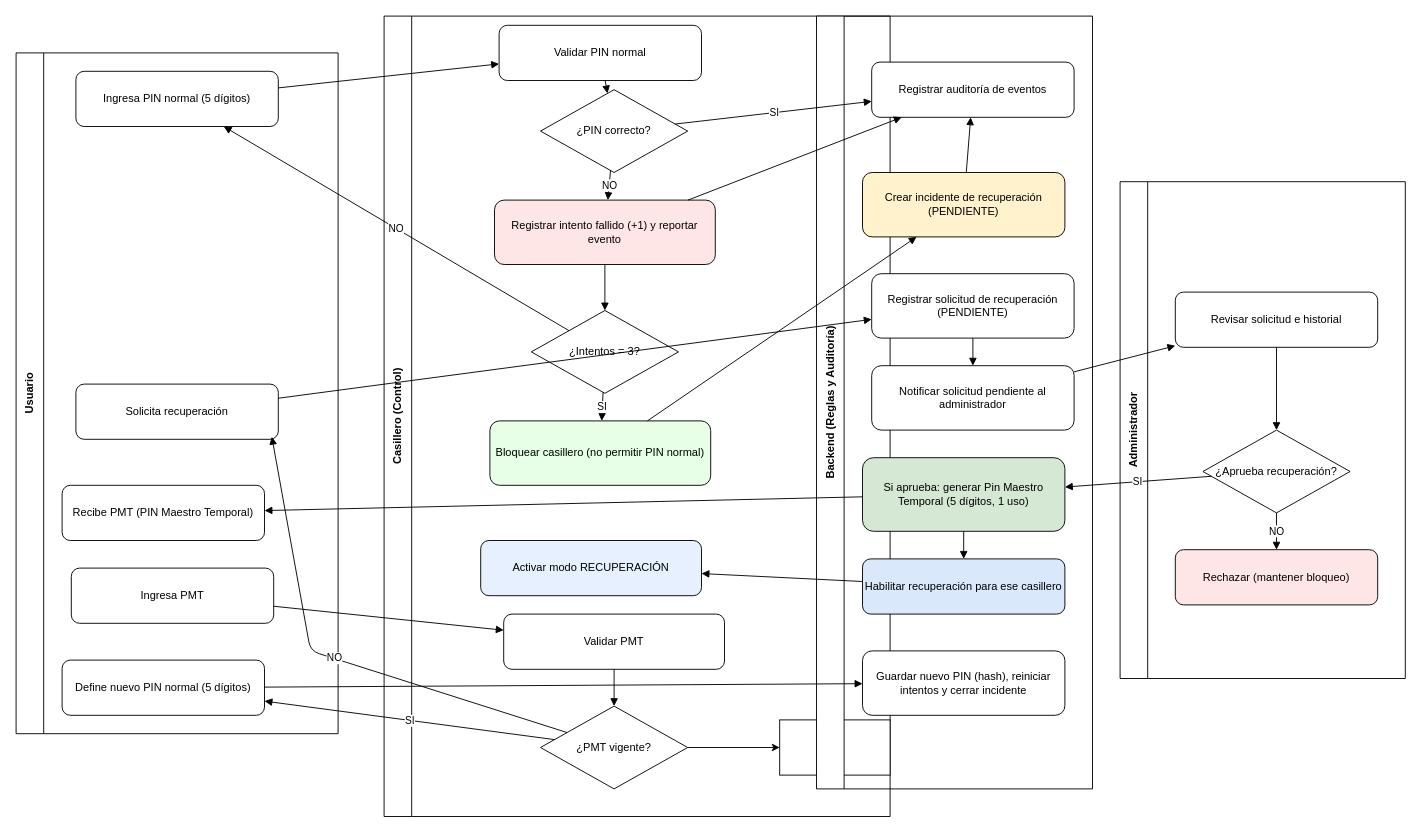
Before: Design/Lógica.drawio in Anthonio16/casilleroInteligente, a draw.io diagram. Source tidied: cells renumbered, new cells numbered last; positions are measured from the earlier drawing's top-left corner, leaving out a move shared by most shapes. Both pictures are drawn from the tidied source at 92%, with x=0, y=0 at pixel (16, 16).
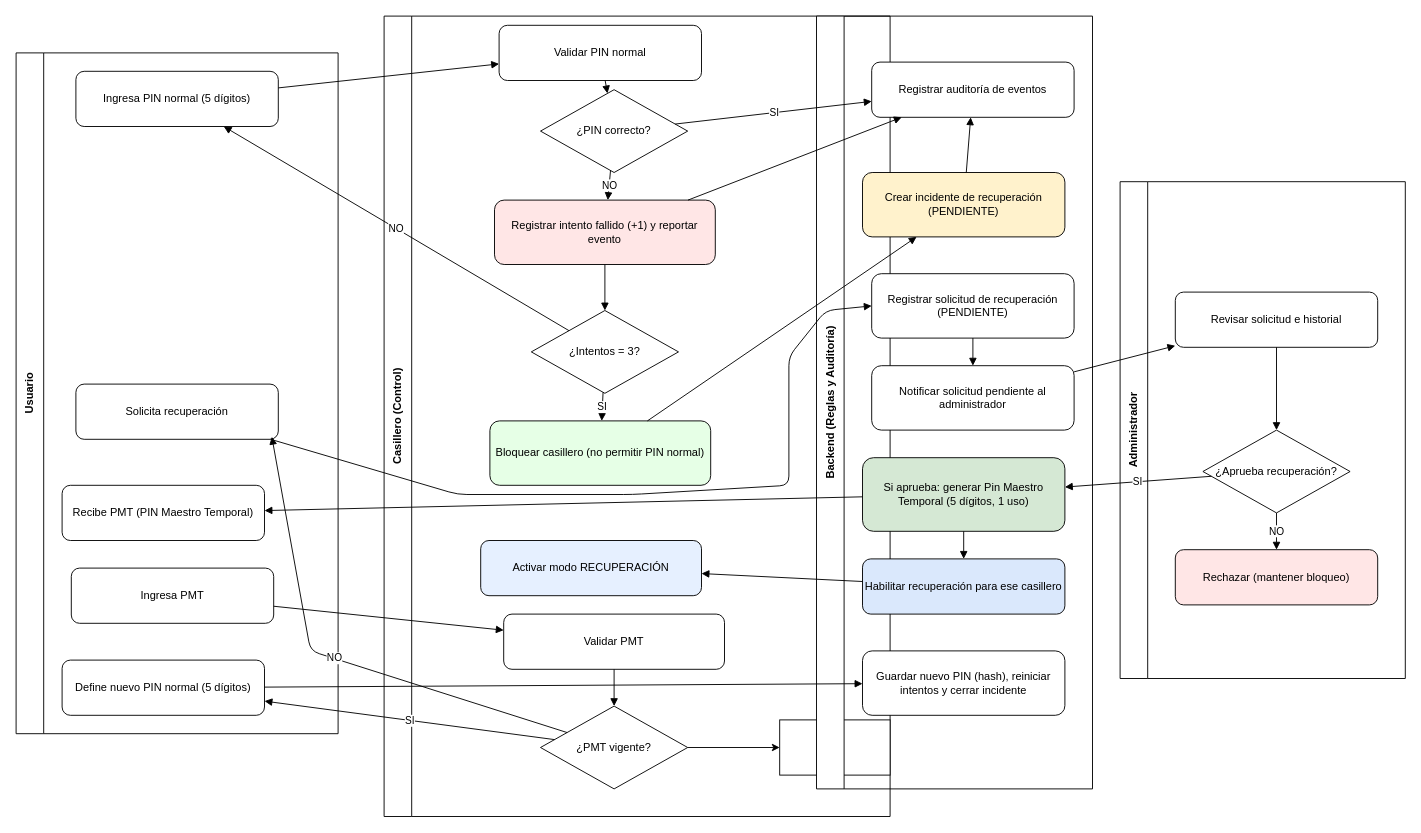
After the change.

The change refers to these unchanged cells:
```xml
<mxCell id="4" value="Solicita recuperación" style="rounded=1;whiteSpace=wrap;html=1;" parent="2" vertex="1">
  <mxGeometry x="65" y="360" width="220" height="60" as="geometry" />
</mxCell>
<mxCell id="23" value="Registrar solicitud de recuperación (PENDIENTE)" style="rounded=1;whiteSpace=wrap;html=1;" parent="20" vertex="1">
  <mxGeometry x="60" y="280" width="220" height="70" as="geometry" />
</mxCell>
```

The edit, as a diff of the source:
```diff
@@
-    <mxCell id="41" style="endArrow=block;html=1;" parent="1" edge="1" source="4" target="23">
-      <mxGeometry relative="1" as="geometry" />
+    <mxCell id="41" style="endArrow=block;html=1;entryX=0;entryY=0.5;entryDx=0;entryDy=0;" parent="1" edge="1" source="4" target="23">
+      <mxGeometry relative="1" as="geometry">
+        <Array as="points">
+          <mxPoint x="480" y="520" />
+          <mxPoint x="670" y="520" />
+          <mxPoint x="840" y="510" />
+          <mxPoint x="840" y="370" />
+          <mxPoint x="880" y="320" />
+        </Array>
+      </mxGeometry>
     </mxCell>
```
